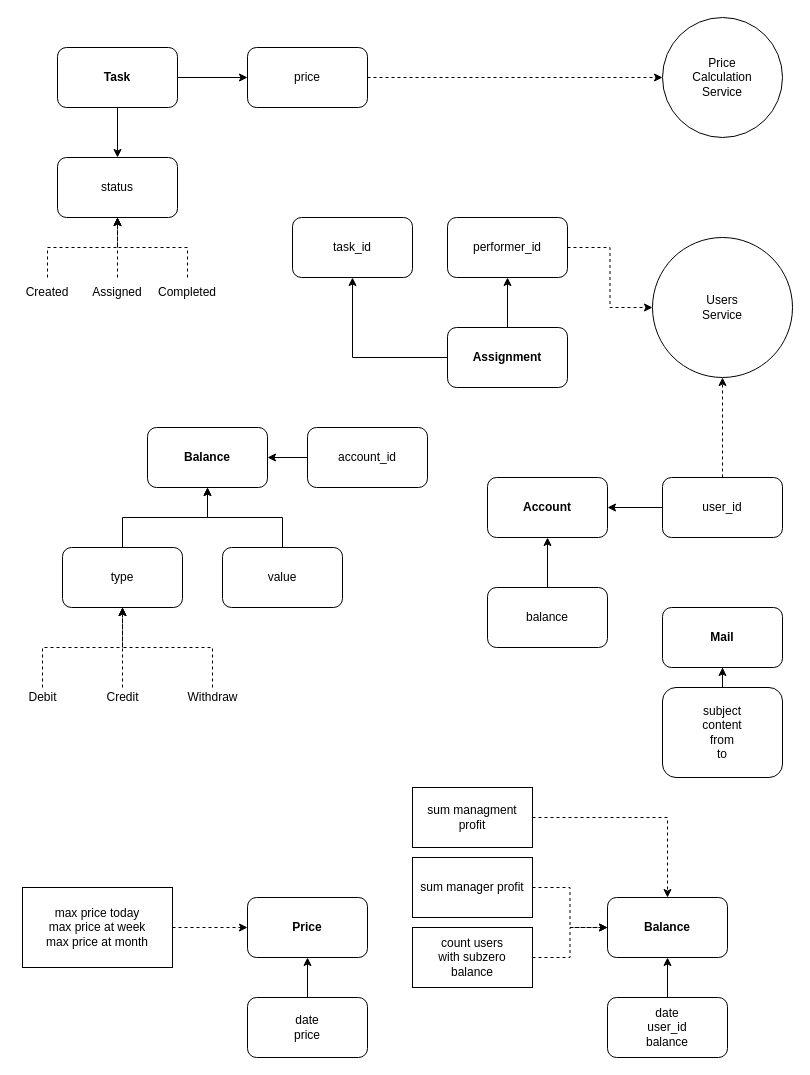
Above: Data Model.drawio in Dezzpil/edu-aTES (draw.io), before the change. Source tidied: cells renumbered, new cells numbered last; positions are measured from the earlier drawing's top-left corner, leaving out a move shared by most shapes. Both pictures are drawn from the tidied source at 100%, with x=0, y=0 at pixel (17, 17).
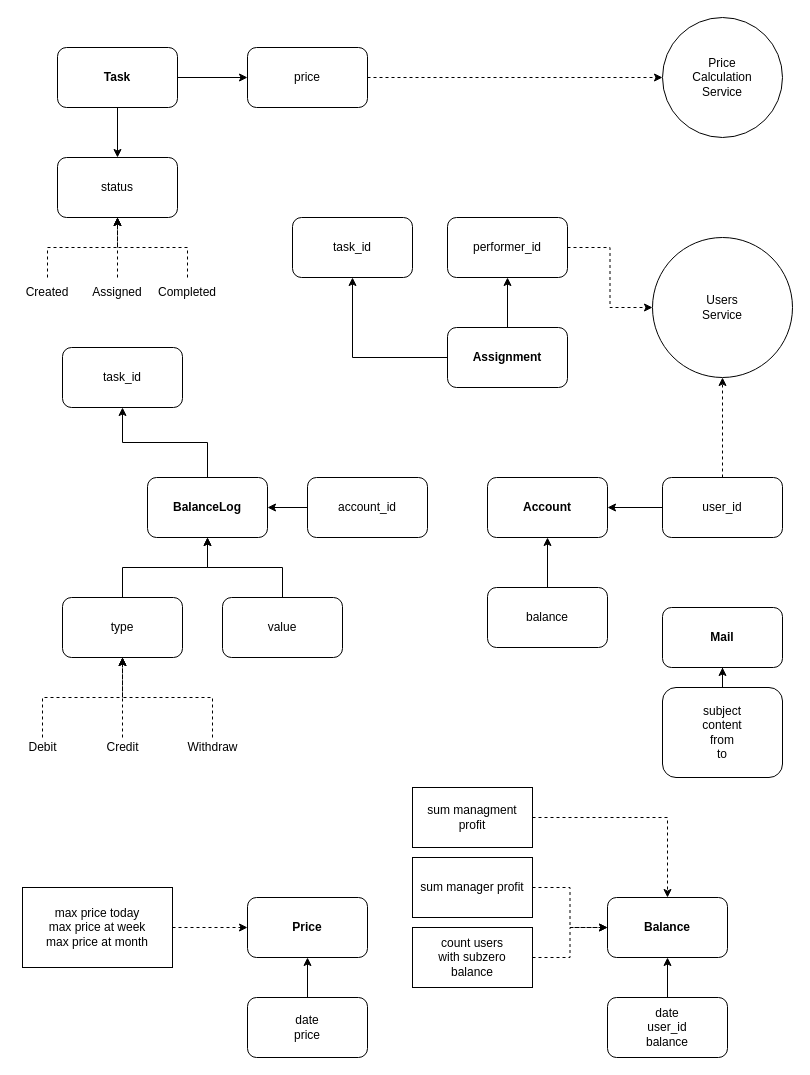
Above is the later version.

The edit, as a diff of the source:
```diff
@@
     <mxCell id="23" value="account_id" style="rounded=1;whiteSpace=wrap;html=1;" parent="1" vertex="1">
-      <mxGeometry x="290" y="410" width="120" height="60" as="geometry" />
+      <mxGeometry x="290" y="460" width="120" height="60" as="geometry" />
     </mxCell>
+    <mxCell id="58" style="edgeStyle=orthogonalEdgeStyle;rounded=0;jettySize=auto;html=1;" parent="1" edge="1" source="24" target="59">
+      <mxGeometry relative="1" as="geometry" />
+    </mxCell>
-    <mxCell id="24" value="Balance" style="rounded=1;whiteSpace=wrap;html=1;fontStyle=1;" parent="1" vertex="1">
-      <mxGeometry x="130" y="410" width="120" height="60" as="geometry" />
+    <mxCell id="24" value="BalanceLog" style="rounded=1;whiteSpace=wrap;html=1;fontStyle=1;" parent="1" vertex="1">
+      <mxGeometry x="130" y="460" width="120" height="60" as="geometry" />
     </mxCell>
@@
     <mxCell id="26" value="type" style="rounded=1;whiteSpace=wrap;html=1;" parent="1" vertex="1">
-      <mxGeometry x="45" y="530" width="120" height="60" as="geometry" />
+      <mxGeometry x="45" y="580" width="120" height="60" as="geometry" />
     </mxCell>
@@
     <mxCell id="28" value="value" style="rounded=1;whiteSpace=wrap;html=1;" parent="1" vertex="1">
-      <mxGeometry x="205" y="530" width="120" height="60" as="geometry" />
+      <mxGeometry x="205" y="580" width="120" height="60" as="geometry" />
     </mxCell>
@@
     <mxCell id="30" value="Debit" style="text;html=1;align=center;verticalAlign=middle;points=[];strokeColor=none;fillColor=none;" parent="1" vertex="1">
-      <mxGeometry y="670" width="50" height="20" as="geometry" />
+      <mxGeometry y="720" width="50" height="20" as="geometry" />
     </mxCell>
@@
     <mxCell id="32" value="Credit" style="text;html=1;align=center;verticalAlign=middle;points=[];strokeColor=none;fillColor=none;" parent="1" vertex="1">
-      <mxGeometry x="80" y="670" width="50" height="20" as="geometry" />
+      <mxGeometry x="80" y="720" width="50" height="20" as="geometry" />
     </mxCell>
@@
     <mxCell id="34" value="Withdraw" style="text;html=1;align=center;verticalAlign=middle;points=[];strokeColor=none;fillColor=none;" parent="1" vertex="1">
-      <mxGeometry x="160" y="670" width="70" height="20" as="geometry" />
+      <mxGeometry x="160" y="720" width="70" height="20" as="geometry" />
     </mxCell>
@@
+    <mxCell id="59" value="&lt;div&gt;task_id&lt;/div&gt;" style="rounded=1;whiteSpace=wrap;html=1;fontStyle=0;" parent="1" vertex="1">
+      <mxGeometry x="45" y="330" width="120" height="60" as="geometry" />
+    </mxCell>
```
